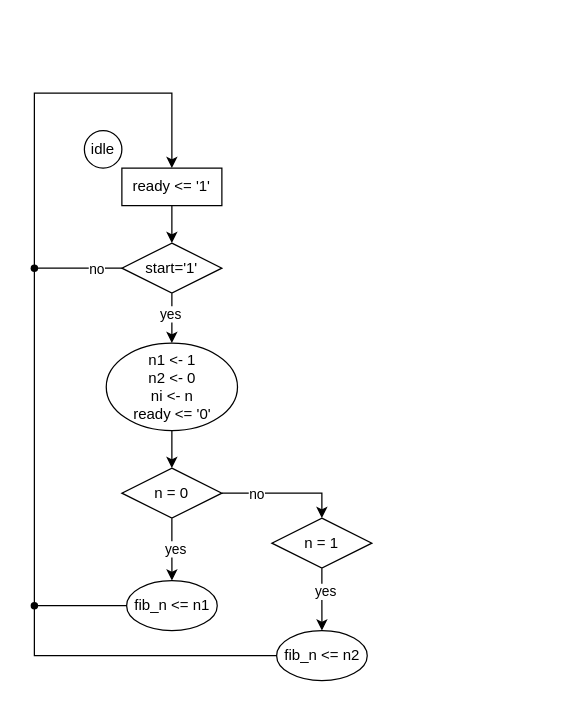
This is Lab2/fsmd_report/graph/asm chart.drawio from Tangent-H/EE332-Digital-System-Design-Lab, a draw.io file, before an edit. Source tidied: cells renumbered, new cells numbered last; positions are measured from the earlier drawing's top-left corner, leaving out a move shared by most shapes. Both pictures are drawn from the tidied source at 125%, with x=0, y=0 at pixel (21, 92).
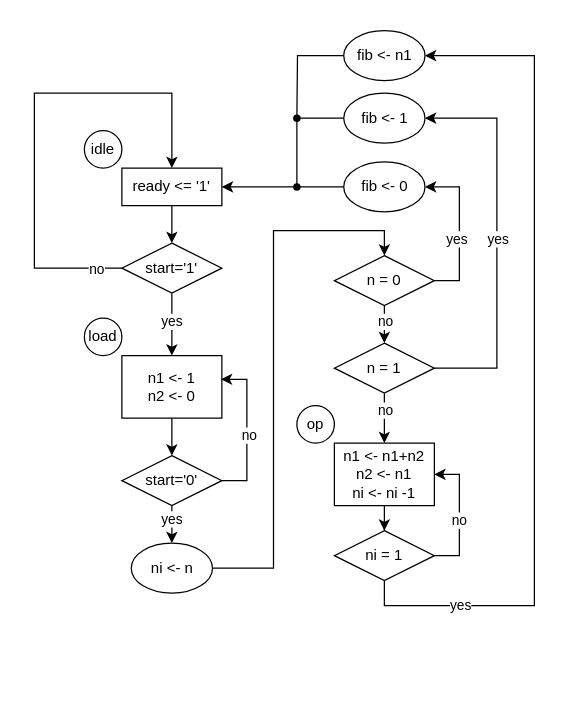
Above is the later version.

Unchanged cells that the change refers to:
```xml
<mxCell id="3" value="ready &amp;lt;= '1'" style="rounded=0;whiteSpace=wrap;html=1;" parent="2" vertex="1">
  <mxGeometry x="30" y="30" width="80" height="30" as="geometry" />
</mxCell>
<mxCell id="9" value="start='1'" style="rhombus;whiteSpace=wrap;html=1;" parent="1" vertex="1">
  <mxGeometry x="80" y="120" width="80" height="40" as="geometry" />
</mxCell>
```

What changed in the source:
```diff
@@
-    <mxCell id="5" style="edgeStyle=orthogonalEdgeStyle;rounded=0;jettySize=auto;html=1;" parent="1" edge="1" source="9" target="12">
-      <mxGeometry relative="1" as="geometry" />
-    </mxCell>
-    <mxCell id="6" value="yes" style="edgeLabel;html=1;align=center;verticalAlign=middle;" parent="5" vertex="1">
-      <mxGeometry x="-0.22" y="-2" relative="1" as="geometry" />
-    </mxCell>
@@
+    <mxCell id="28" style="edgeStyle=orthogonalEdgeStyle;rounded=0;jettySize=auto;html=1;" parent="1" edge="1" source="9" target="33">
+      <mxGeometry relative="1" as="geometry" />
+    </mxCell>
+    <mxCell id="29" value="yes" style="edgeLabel;html=1;align=center;verticalAlign=middle;" parent="28" vertex="1">
+      <mxGeometry x="-0.12" y="-1" relative="1" as="geometry" />
+    </mxCell>
@@
-    <mxCell id="11" style="edgeStyle=orthogonalEdgeStyle;rounded=0;jettySize=auto;html=1;" parent="1" edge="1" source="12" target="17">
-      <mxGeometry relative="1" as="geometry" />
-    </mxCell>
-    <mxCell id="12" value="n1 &amp;lt;- 1&lt;div&gt;n2 &amp;lt;- 0&lt;/div&gt;&lt;div&gt;ni &amp;lt;- n&lt;/div&gt;&lt;div&gt;ready &amp;lt;= '0'&lt;/div&gt;" style="ellipse;whiteSpace=wrap;html=1;" parent="1" vertex="1">
-      <mxGeometry x="67.5" y="200" width="105" height="70" as="geometry" />
-    </mxCell>
+    <mxCell id="30" style="edgeStyle=orthogonalEdgeStyle;rounded=0;jettySize=auto;html=1;entryX=0.5;entryY=0;entryDx=0;entryDy=0;" parent="1" edge="1" source="31" target="17">
+      <mxGeometry relative="1" as="geometry" />
+    </mxCell>
+    <mxCell id="31" value="&lt;div&gt;ni &amp;lt;- n&lt;/div&gt;" style="ellipse;whiteSpace=wrap;html=1;" parent="1" vertex="1">
+      <mxGeometry x="87.5" y="360" width="65" height="40" as="geometry" />
+    </mxCell>
+    <mxCell id="32" style="group;" parent="1" vertex="1">
+      <mxGeometry x="50" y="180" width="110" height="80" as="geometry" />
+    </mxCell>
+    <mxCell id="33" value="n1 &amp;lt;- 1&lt;div&gt;n2 &amp;lt;- 0&lt;/div&gt;" style="rounded=0;whiteSpace=wrap;html=1;" parent="32" vertex="1">
+      <mxGeometry x="30" y="30" width="80" height="50" as="geometry" />
+    </mxCell>
+    <mxCell id="34" value="load" style="ellipse;whiteSpace=wrap;html=1;" parent="32" vertex="1">
+      <mxGeometry width="30" height="30" as="geometry" />
+    </mxCell>
+    <mxCell id="35" style="edgeStyle=orthogonalEdgeStyle;rounded=0;jettySize=auto;html=1;" parent="1" edge="1" source="37" target="31">
+      <mxGeometry relative="1" as="geometry" />
+    </mxCell>
+    <mxCell id="36" value="yes" style="edgeLabel;html=1;align=center;verticalAlign=middle;" parent="35" vertex="1">
+      <mxGeometry x="-0.62" y="-1" relative="1" as="geometry" />
+    </mxCell>
+    <mxCell id="37" value="start='0'" style="rhombus;whiteSpace=wrap;html=1;" parent="1" vertex="1">
+      <mxGeometry x="80" y="290" width="80" height="40" as="geometry" />
+    </mxCell>
+    <mxCell id="38" style="edgeStyle=orthogonalEdgeStyle;rounded=0;jettySize=auto;html=1;" parent="1" edge="1" source="33" target="37">
+      <mxGeometry relative="1" as="geometry" />
+    </mxCell>
+    <mxCell id="39" style="edgeStyle=orthogonalEdgeStyle;rounded=0;jettySize=auto;html=1;entryX=0.991;entryY=0.379;entryDx=0;entryDy=0;entryPerimeter=0;" parent="1" edge="1" source="37" target="33">
+      <mxGeometry relative="1" as="geometry">
+        <Array as="points">
+          <mxPoint x="180" y="310" />
+          <mxPoint x="180" y="229" />
+        </Array>
+      </mxGeometry>
+    </mxCell>
+    <mxCell id="40" value="no" style="edgeLabel;html=1;align=center;verticalAlign=middle;" parent="39" vertex="1">
+      <mxGeometry x="-0.07" y="-1" relative="1" as="geometry" />
+    </mxCell>
+    <mxCell id="41" style="edgeStyle=orthogonalEdgeStyle;rounded=0;jettySize=auto;html=1;exitX=1;exitY=0.5;exitDx=0;exitDy=0;entryX=1;entryY=0.5;entryDx=0;entryDy=0;" parent="1" edge="1" source="17" target="45">
+      <mxGeometry relative="1" as="geometry" />
+    </mxCell>
+    <mxCell id="42" value="yes" style="edgeLabel;html=1;align=center;verticalAlign=middle;" parent="41" vertex="1">
+      <mxGeometry x="-0.12" y="3" relative="1" as="geometry" />
+    </mxCell>
-    <mxCell id="13" style="edgeStyle=orthogonalEdgeStyle;rounded=0;jettySize=auto;html=1;exitX=1;exitY=0.5;exitDx=0;exitDy=0;entryX=0.5;entryY=0;entryDx=0;entryDy=0;" parent="1" edge="1" source="17" target="20">
+    <mxCell id="13" style="edgeStyle=orthogonalEdgeStyle;rounded=0;jettySize=auto;html=1;exitX=0.5;exitY=1;exitDx=0;exitDy=0;entryX=0.5;entryY=0;entryDx=0;entryDy=0;" parent="1" edge="1" source="17" target="20">
       <mxGeometry relative="1" as="geometry" />
     </mxCell>
-    <mxCell id="14" value="no" style="edgeLabel;html=1;align=center;verticalAlign=middle;" parent="13" vertex="1">
-      <mxGeometry x="-0.47" relative="1" as="geometry" />
-    </mxCell>
-    <mxCell id="15" style="edgeStyle=orthogonalEdgeStyle;rounded=0;jettySize=auto;html=1;" parent="1" edge="1" source="17" target="21">
-      <mxGeometry relative="1" as="geometry" />
-    </mxCell>
-    <mxCell id="16" value="yes" style="edgeLabel;html=1;align=center;verticalAlign=middle;" parent="15" vertex="1">
-      <mxGeometry x="-0.06" y="2" relative="1" as="geometry" />
-    </mxCell>
+    <mxCell id="43" value="no" style="edgeLabel;html=1;align=center;verticalAlign=middle;" parent="13" vertex="1">
+      <mxGeometry x="-0.21" y="2" relative="1" as="geometry">
+        <mxPoint x="-2" as="offset" />
+      </mxGeometry>
+    </mxCell>
     <mxCell id="17" value="n = 0" style="rhombus;whiteSpace=wrap;html=1;" parent="1" vertex="1">
-      <mxGeometry x="80" y="300" width="80" height="40" as="geometry" />
+      <mxGeometry x="250" y="130" width="80" height="40" as="geometry" />
     </mxCell>
-    <mxCell id="18" style="edgeStyle=orthogonalEdgeStyle;rounded=0;jettySize=auto;html=1;" parent="1" edge="1" source="20" target="23">
-      <mxGeometry relative="1" as="geometry" />
-    </mxCell>
-    <mxCell id="19" value="yes" style="edgeLabel;html=1;align=center;verticalAlign=middle;" parent="18" vertex="1">
-      <mxGeometry x="-0.27" y="2" relative="1" as="geometry" />
-    </mxCell>
+    <mxCell id="44" style="edgeStyle=orthogonalEdgeStyle;rounded=0;jettySize=auto;html=1;" parent="1" edge="1" source="61" target="3">
+      <mxGeometry relative="1" as="geometry" />
+    </mxCell>
+    <mxCell id="45" value="&lt;div&gt;fib &amp;lt;- 0&lt;/div&gt;" style="ellipse;whiteSpace=wrap;html=1;" parent="1" vertex="1">
+      <mxGeometry x="257.5" y="55" width="65" height="40" as="geometry" />
+    </mxCell>
+    <mxCell id="46" style="edgeStyle=orthogonalEdgeStyle;rounded=0;jettySize=auto;html=1;exitX=1;exitY=0.5;exitDx=0;exitDy=0;entryX=1;entryY=0.5;entryDx=0;entryDy=0;" parent="1" edge="1" source="20" target="50">
+      <mxGeometry relative="1" as="geometry">
+        <Array as="points">
+          <mxPoint x="380" y="220" />
+          <mxPoint x="380" y="20" />
+        </Array>
+      </mxGeometry>
+    </mxCell>
+    <mxCell id="47" value="yes" style="edgeLabel;html=1;align=center;verticalAlign=middle;" parent="46" vertex="1">
+      <mxGeometry relative="1" as="geometry" />
+    </mxCell>
+    <mxCell id="48" style="edgeStyle=orthogonalEdgeStyle;rounded=0;jettySize=auto;html=1;exitX=0.5;exitY=1;exitDx=0;exitDy=0;" parent="1" edge="1" source="20" target="66">
+      <mxGeometry relative="1" as="geometry" />
+    </mxCell>
+    <mxCell id="49" value="no" style="edgeLabel;html=1;align=center;verticalAlign=middle;" parent="48" vertex="1">
+      <mxGeometry x="-0.37" relative="1" as="geometry" />
+    </mxCell>
     <mxCell id="20" value="n = 1" style="rhombus;whiteSpace=wrap;html=1;" parent="1" vertex="1">
-      <mxGeometry x="200" y="340" width="80" height="40" as="geometry" />
+      <mxGeometry x="250" y="200" width="80" height="40" as="geometry" />
     </mxCell>
-    <mxCell id="21" value="fib_n &amp;lt;= n1" style="ellipse;whiteSpace=wrap;html=1;" parent="1" vertex="1">
-      <mxGeometry x="83.8" y="390" width="72.5" height="40" as="geometry" />
-    </mxCell>
-    <mxCell id="22" style="edgeStyle=orthogonalEdgeStyle;rounded=0;jettySize=auto;html=1;endArrow=none;endFill=0;" parent="1" edge="1" source="23" target="27">
-      <mxGeometry relative="1" as="geometry" />
-    </mxCell>
-    <mxCell id="23" value="fib_n &amp;lt;= n2" style="ellipse;whiteSpace=wrap;html=1;" parent="1" vertex="1">
-      <mxGeometry x="203.8" y="430" width="72.5" height="40" as="geometry" />
-    </mxCell>
-    <mxCell id="24" style="shape=waypoint;sketch=0;size=6;points=[];fillColor=none;perimeter=centerPerimeter;snapToPoint=1;" parent="1" vertex="1">
-      <mxGeometry y="130" width="20" height="20" as="geometry" />
-    </mxCell>
-    <mxCell id="25" style="edgeStyle=orthogonalEdgeStyle;rounded=0;jettySize=auto;html=1;exitDx=0;exitDy=0;entryX=0.797;entryY=0.968;entryDx=0;entryDy=0;entryPerimeter=0;endArrow=none;endFill=0;" parent="1" edge="1" source="27" target="24">
-      <mxGeometry relative="1" as="geometry" />
-    </mxCell>
-    <mxCell id="26" style="edgeStyle=orthogonalEdgeStyle;rounded=0;jettySize=auto;html=1;exitX=0;exitY=0.5;exitDx=0;exitDy=0;entryDx=0;entryDy=0;entryPerimeter=0;endArrow=none;endFill=0;" parent="1" edge="1" source="21" target="27">
-      <mxGeometry relative="1" as="geometry" />
-    </mxCell>
-    <mxCell id="27" style="shape=waypoint;sketch=0;size=6;points=[];fillColor=none;perimeter=centerPerimeter;snapToPoint=1;" parent="1" vertex="1">
-      <mxGeometry y="400" width="20" height="20" as="geometry" />
-    </mxCell>
+    <mxCell id="50" value="&lt;div&gt;fib &amp;lt;- 1&lt;/div&gt;" style="ellipse;whiteSpace=wrap;html=1;" parent="1" vertex="1">
+      <mxGeometry x="257.5" width="65" height="40" as="geometry" />
+    </mxCell>
+    <mxCell id="51" style="edgeStyle=orthogonalEdgeStyle;rounded=0;jettySize=auto;html=1;exitX=1;exitY=0.5;exitDx=0;exitDy=0;entryX=1;entryY=0.5;entryDx=0;entryDy=0;" parent="1" edge="1" source="55" target="66">
+      <mxGeometry relative="1" as="geometry" />
+    </mxCell>
+    <mxCell id="52" value="no" style="edgeLabel;html=1;align=center;verticalAlign=middle;" parent="51" vertex="1">
+      <mxGeometry x="-0.07" y="1" relative="1" as="geometry" />
+    </mxCell>
+    <mxCell id="53" style="edgeStyle=orthogonalEdgeStyle;rounded=0;jettySize=auto;html=1;exitX=0.5;exitY=1;exitDx=0;exitDy=0;entryX=1;entryY=0.5;entryDx=0;entryDy=0;" parent="1" edge="1" source="55" target="59">
+      <mxGeometry relative="1" as="geometry">
+        <Array as="points">
+          <mxPoint x="290" y="410" />
+          <mxPoint x="410" y="410" />
+          <mxPoint x="410" y="-30" />
+        </Array>
+      </mxGeometry>
+    </mxCell>
+    <mxCell id="54" value="yes" style="edgeLabel;html=1;align=center;verticalAlign=middle;" parent="53" vertex="1">
+      <mxGeometry x="-0.76" y="1" relative="1" as="geometry" />
+    </mxCell>
+    <mxCell id="55" value="ni = 1" style="rhombus;whiteSpace=wrap;html=1;" parent="1" vertex="1">
+      <mxGeometry x="250" y="350" width="80" height="40" as="geometry" />
+    </mxCell>
+    <mxCell id="56" style="edgeStyle=orthogonalEdgeStyle;rounded=0;jettySize=auto;html=1;" parent="1" edge="1" source="66" target="55">
+      <mxGeometry relative="1" as="geometry" />
+    </mxCell>
+    <mxCell id="57" style="edgeStyle=orthogonalEdgeStyle;rounded=0;orthogonalLoop=1;jettySize=auto;html=1;" parent="1" edge="1">
+      <mxGeometry relative="1" as="geometry">
+        <mxPoint x="120" y="-50" as="sourcePoint" />
+        <mxPoint x="120" y="-50" as="targetPoint" />
+      </mxGeometry>
+    </mxCell>
+    <mxCell id="58" style="edgeStyle=orthogonalEdgeStyle;rounded=0;jettySize=auto;html=1;exitX=0;exitY=0.5;exitDx=0;exitDy=0;endArrow=none;endFill=0;" parent="1" edge="1" source="59">
+      <mxGeometry relative="1" as="geometry">
+        <mxPoint x="220" y="20" as="targetPoint" />
+      </mxGeometry>
+    </mxCell>
+    <mxCell id="59" value="&lt;div&gt;fib &amp;lt;- n1&lt;/div&gt;" style="ellipse;whiteSpace=wrap;html=1;" parent="1" vertex="1">
+      <mxGeometry x="257.5" y="-50" width="65" height="40" as="geometry" />
+    </mxCell>
+    <mxCell id="60" style="edgeStyle=orthogonalEdgeStyle;rounded=0;jettySize=auto;html=1;endArrow=none;endFill=0;" parent="1" edge="1" source="45" target="61">
+      <mxGeometry relative="1" as="geometry" />
+    </mxCell>
+    <mxCell id="61" style="shape=waypoint;sketch=0;size=6;points=[];fillColor=none;perimeter=centerPerimeter;snapToPoint=1;" parent="1" vertex="1">
+      <mxGeometry x="210" y="65" width="20" height="20" as="geometry" />
+    </mxCell>
+    <mxCell id="62" style="edgeStyle=orthogonalEdgeStyle;rounded=0;jettySize=auto;html=1;entryX=0.383;entryY=0.25;entryDx=0;entryDy=0;entryPerimeter=0;endArrow=none;endFill=0;" parent="1" edge="1" source="64" target="61">
+      <mxGeometry relative="1" as="geometry" />
+    </mxCell>
+    <mxCell id="63" style="edgeStyle=orthogonalEdgeStyle;rounded=0;jettySize=auto;html=1;entryDx=0;entryDy=0;entryPerimeter=0;endArrow=none;endFill=0;" parent="1" edge="1" source="50" target="64">
+      <mxGeometry relative="1" as="geometry" />
+    </mxCell>
+    <mxCell id="64" style="shape=waypoint;sketch=0;size=6;points=[];fillColor=none;perimeter=centerPerimeter;snapToPoint=1;" parent="1" vertex="1">
+      <mxGeometry x="210" y="10" width="20" height="20" as="geometry" />
+    </mxCell>
+    <mxCell id="65" style="group;" parent="1" vertex="1">
+      <mxGeometry x="220" y="250" width="110" height="80" as="geometry" />
+    </mxCell>
+    <mxCell id="66" value="n1 &amp;lt;- n1+n2&lt;div&gt;n2 &amp;lt;- n1&lt;/div&gt;&lt;div&gt;ni &amp;lt;- ni -1&lt;/div&gt;" style="rounded=0;whiteSpace=wrap;html=1;" parent="65" vertex="1">
+      <mxGeometry x="30" y="30" width="80" height="50" as="geometry" />
+    </mxCell>
+    <mxCell id="67" value="op" style="ellipse;whiteSpace=wrap;html=1;" parent="65" vertex="1">
+      <mxGeometry width="30" height="30" as="geometry" />
+    </mxCell>
```
